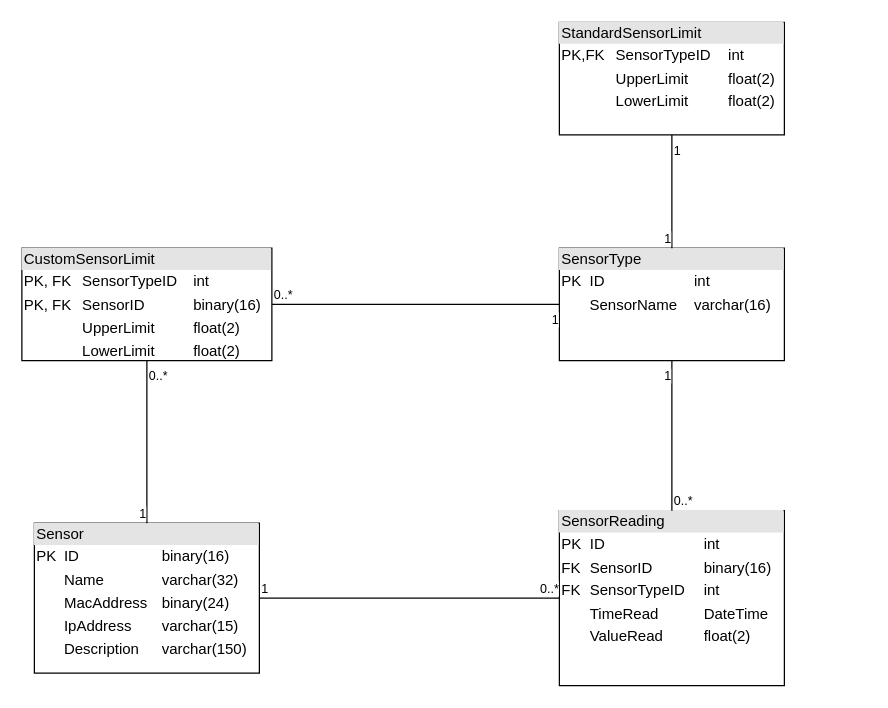
Before: dokumentation-raw/DatabaseERDiagram.drawio in mart610k/TemperatureSensorWorldGoals, a draw.io diagram. Source tidied: cells renumbered, new cells numbered last; positions are measured from the earlier drawing's top-left corner, leaving out a move shared by most shapes. Both pictures are drawn from the tidied source at 125%, with x=0, y=0 at pixel (21, 21).
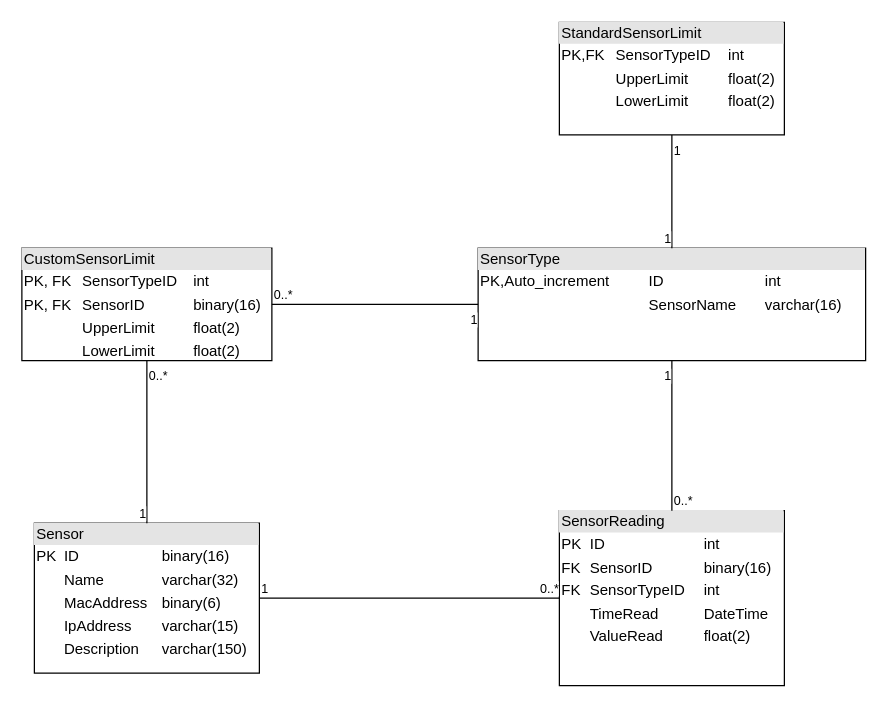
After the change.

Commit message (it also covers changes not shown here):
Implemented a concrete method for getting data. Updated UML diagram and ER diagram

The edit, as a diff of the source:
```diff
@@
-    <mxCell id="2" value="&lt;div style=&quot;box-sizing: border-box ; width: 100% ; background: #e4e4e4 ; padding: 2px&quot;&gt;Sensor&lt;/div&gt;&lt;table style=&quot;width: 100% ; font-size: 1em&quot; cellpadding=&quot;2&quot; cellspacing=&quot;0&quot;&gt;&lt;tbody&gt;&lt;tr&gt;&lt;td&gt;PK&lt;/td&gt;&lt;td&gt;ID&lt;/td&gt;&lt;td&gt;binary(16)&lt;/td&gt;&lt;/tr&gt;&lt;tr&gt;&lt;td&gt;&lt;br&gt;&lt;/td&gt;&lt;td&gt;Name&lt;/td&gt;&lt;td&gt;varchar(32)&lt;/td&gt;&lt;/tr&gt;&lt;tr&gt;&lt;td&gt;&lt;/td&gt;&lt;td&gt;MacAddress&lt;/td&gt;&lt;td&gt;binary(24)&lt;/td&gt;&lt;/tr&gt;&lt;tr&gt;&lt;td&gt;&lt;br&gt;&lt;/td&gt;&lt;td&gt;IpAddress&lt;/td&gt;&lt;td&gt;varchar(15)&lt;/td&gt;&lt;/tr&gt;&lt;tr&gt;&lt;td&gt;&lt;br&gt;&lt;/td&gt;&lt;td&gt;Description&lt;/td&gt;&lt;td&gt;varchar(150)&lt;/td&gt;&lt;/tr&gt;&lt;/tbody&gt;&lt;/table&gt;" style="verticalAlign=top;align=left;overflow=fill;html=1;" parent="1" vertex="1">
+    <mxCell id="2" value="&lt;div style=&quot;box-sizing: border-box ; width: 100% ; background: #e4e4e4 ; padding: 2px&quot;&gt;Sensor&lt;/div&gt;&lt;table style=&quot;width: 100% ; font-size: 1em&quot; cellpadding=&quot;2&quot; cellspacing=&quot;0&quot;&gt;&lt;tbody&gt;&lt;tr&gt;&lt;td&gt;PK&lt;/td&gt;&lt;td&gt;ID&lt;/td&gt;&lt;td&gt;binary(16)&lt;/td&gt;&lt;/tr&gt;&lt;tr&gt;&lt;td&gt;&lt;br&gt;&lt;/td&gt;&lt;td&gt;Name&lt;/td&gt;&lt;td&gt;varchar(32)&lt;/td&gt;&lt;/tr&gt;&lt;tr&gt;&lt;td&gt;&lt;/td&gt;&lt;td&gt;MacAddress&lt;/td&gt;&lt;td&gt;binary(6)&lt;/td&gt;&lt;/tr&gt;&lt;tr&gt;&lt;td&gt;&lt;br&gt;&lt;/td&gt;&lt;td&gt;IpAddress&lt;/td&gt;&lt;td&gt;varchar(15)&lt;/td&gt;&lt;/tr&gt;&lt;tr&gt;&lt;td&gt;&lt;br&gt;&lt;/td&gt;&lt;td&gt;Description&lt;/td&gt;&lt;td&gt;varchar(150)&lt;/td&gt;&lt;/tr&gt;&lt;/tbody&gt;&lt;/table&gt;" style="verticalAlign=top;align=left;overflow=fill;html=1;" parent="1" vertex="1">
       <mxGeometry x="10" y="401" width="180" height="120" as="geometry" />
     </mxCell>
@@
-    <mxCell id="4" value="&lt;div style=&quot;box-sizing: border-box ; width: 100% ; background: #e4e4e4 ; padding: 2px&quot;&gt;SensorType&lt;/div&gt;&lt;table style=&quot;width: 100% ; font-size: 1em&quot; cellpadding=&quot;2&quot; cellspacing=&quot;0&quot;&gt;&lt;tbody&gt;&lt;tr&gt;&lt;td&gt;PK&lt;/td&gt;&lt;td&gt;ID&lt;/td&gt;&lt;td&gt;int&lt;/td&gt;&lt;/tr&gt;&lt;tr&gt;&lt;td&gt;&lt;br&gt;&lt;/td&gt;&lt;td&gt;SensorName&lt;/td&gt;&lt;td&gt;varchar(16)&lt;/td&gt;&lt;/tr&gt;&lt;/tbody&gt;&lt;/table&gt;" style="verticalAlign=top;align=left;overflow=fill;html=1;" parent="1" vertex="1">
-      <mxGeometry x="430" y="181" width="180" height="90" as="geometry" />
+    <mxCell id="4" value="&lt;div style=&quot;box-sizing: border-box ; width: 100% ; background: #e4e4e4 ; padding: 2px&quot;&gt;SensorType&lt;/div&gt;&lt;table style=&quot;width: 100% ; font-size: 1em&quot; cellpadding=&quot;2&quot; cellspacing=&quot;0&quot;&gt;&lt;tbody&gt;&lt;tr&gt;&lt;td&gt;PK,Auto_increment&lt;/td&gt;&lt;td&gt;ID&lt;/td&gt;&lt;td&gt;int&lt;/td&gt;&lt;/tr&gt;&lt;tr&gt;&lt;td&gt;&lt;br&gt;&lt;/td&gt;&lt;td&gt;SensorName&lt;/td&gt;&lt;td&gt;varchar(16)&lt;/td&gt;&lt;/tr&gt;&lt;/tbody&gt;&lt;/table&gt;" style="verticalAlign=top;align=left;overflow=fill;html=1;" parent="1" vertex="1">
+      <mxGeometry x="365" y="181" width="310" height="90" as="geometry" />
     </mxCell>
```
